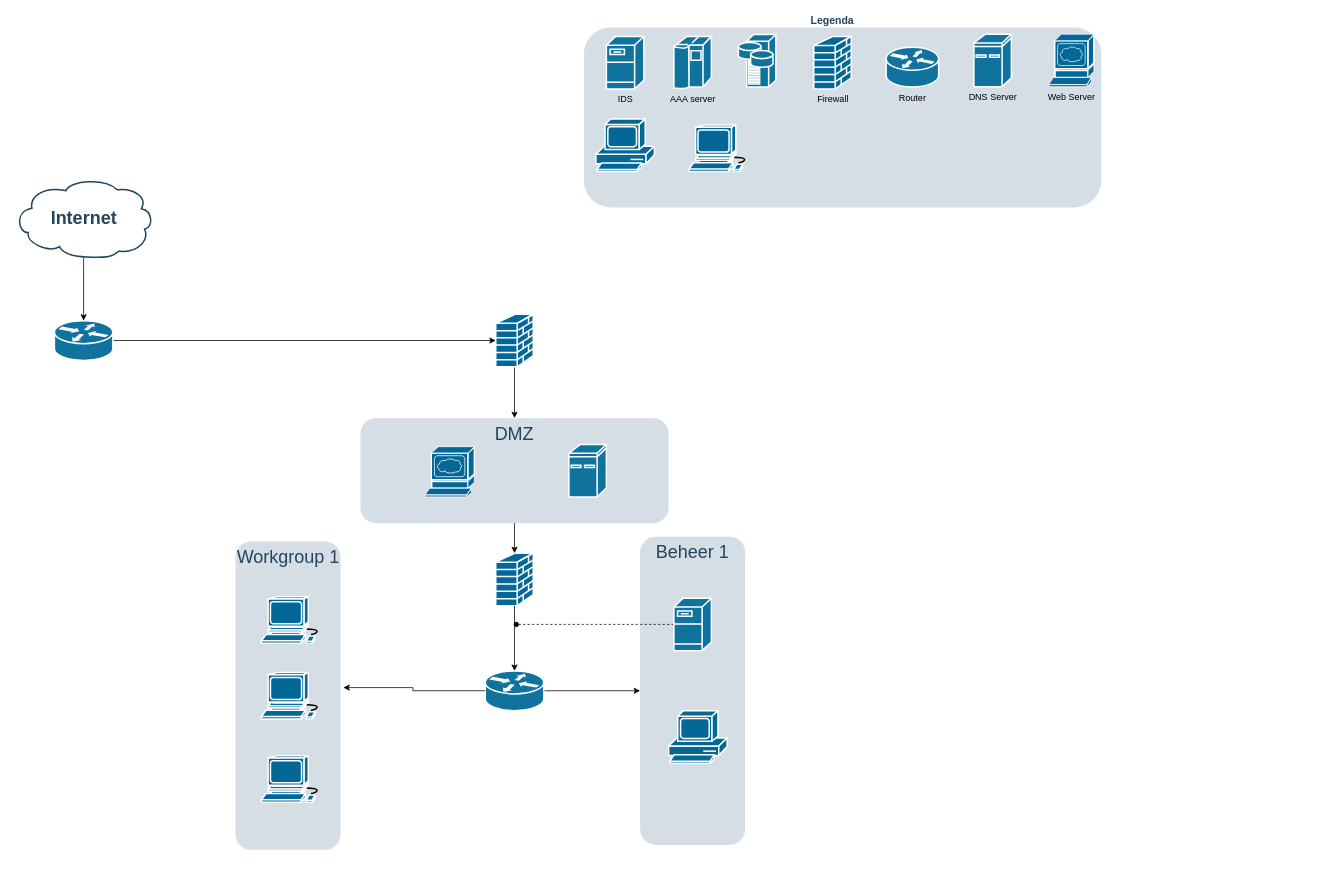
The draw.io diagram Diagram zonder titel.drawio in Dek-T1995/Draw.io-network-code-diagrams, before the edit. Source tidied: cells renumbered, new cells numbered last; positions are measured from the earlier drawing's top-left corner, leaving out a move shared by most shapes. Both pictures are drawn from the tidied source at 75%, with x=0, y=0 at pixel (14, 13).
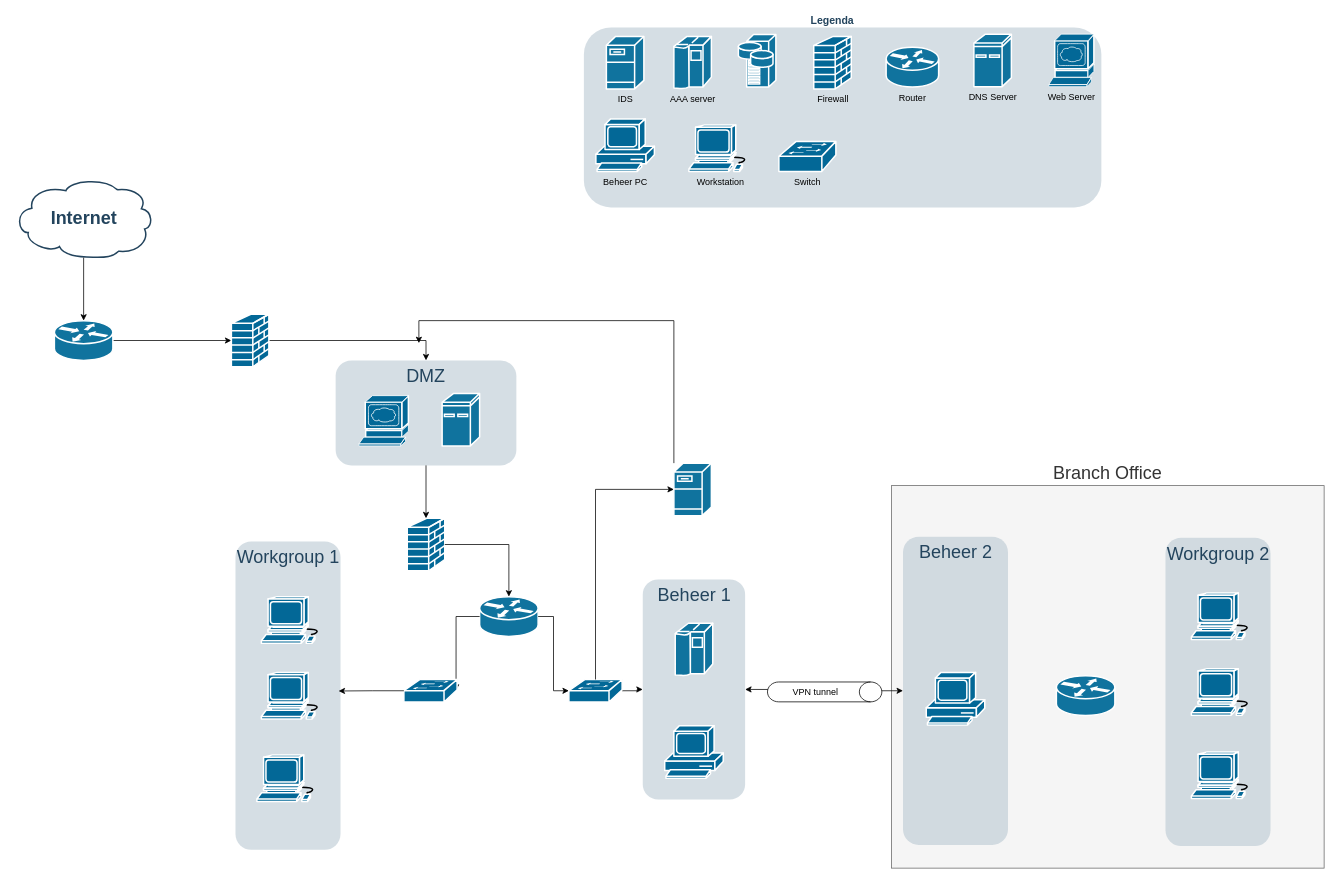
The same page after the edit.

Unchanged cells that the change refers to:
```xml
<mxCell id="3" value="&lt;font&gt;Workgroup&lt;/font&gt;&amp;nbsp;1" style="rounded=1;whiteSpace=wrap;html=1;strokeColor=none;fillColor=#BAC8D3;fontSize=24;fontColor=#23445D;align=center;opacity=60;verticalAlign=top;rotation=90;horizontal=0;" parent="1" vertex="1">
  <mxGeometry x="160" y="840" width="411" height="140" as="geometry" />
</mxCell>
```

What changed in the source:
```diff
@@
+    <mxCell id="36" value="Branch Office" style="rounded=0;whiteSpace=wrap;html=1;fillColor=#f5f5f5;fontColor=#333333;strokeColor=#666666;verticalAlign=bottom;labelPosition=center;verticalLabelPosition=top;align=center;fontSize=24;" parent="1" vertex="1">
+      <mxGeometry x="1170" y="630" width="577" height="510" as="geometry" />
+    </mxCell>
+    <mxCell id="37" style="edgeStyle=orthogonalEdgeStyle;rounded=0;jettySize=auto;html=1;entryX=0.5;entryY=1;entryDx=0;entryDy=0;startArrow=classic;startFill=1;" parent="1" edge="1" source="2" target="43">
+      <mxGeometry relative="1" as="geometry" />
+    </mxCell>
     <mxCell id="2" value="Beheer 1" style="rounded=1;whiteSpace=wrap;html=1;strokeColor=none;fillColor=#BAC8D3;fontSize=24;fontColor=#23445D;align=center;opacity=60;verticalAlign=top;rotation=90;horizontal=0;" parent="1" vertex="1">
-      <mxGeometry x="699.5" y="833.5" width="411" height="140" as="geometry" />
+      <mxGeometry x="760" y="833.5" width="293.5" height="136.5" as="geometry" />
     </mxCell>
@@
     <mxCell id="4" value="DMZ" style="rounded=1;whiteSpace=wrap;html=1;strokeColor=none;fillColor=#BAC8D3;fontSize=24;fontColor=#23445D;align=center;opacity=60;verticalAlign=top;" parent="1" vertex="1">
-      <mxGeometry x="462" y="540" width="411" height="140" as="geometry" />
+      <mxGeometry x="429" y="463" width="241" height="140" as="geometry" />
     </mxCell>
@@
-    <mxCell id="11" style="edgeStyle=orthogonalEdgeStyle;rounded=0;jettySize=auto;html=1;entryX=0.5;entryY=1;entryDx=0;entryDy=0;" parent="1" edge="1" source="12" target="2">
+    <mxCell id="11" style="edgeStyle=orthogonalEdgeStyle;rounded=0;jettySize=auto;html=1;entryX=0.5;entryY=1;entryDx=0;entryDy=0;" parent="1" edge="1" source="50" target="2">
       <mxGeometry relative="1" as="geometry" />
     </mxCell>
     <mxCell id="12" style="shape=mxgraph.cisco.routers.router;html=1;dashed=0;fillColor=#10739E;strokeColor=#ffffff;strokeWidth=2;verticalLabelPosition=bottom;verticalAlign=top;fontFamily=Helvetica;fontSize=36;fontColor=#FFB366;" parent="1" vertex="1">
-      <mxGeometry x="628.5" y="877" width="78" height="53" as="geometry" />
+      <mxGeometry x="621" y="778" width="78" height="53" as="geometry" />
     </mxCell>
@@
     <mxCell id="19" style="shape=mxgraph.cisco.security.firewall;sketch=0;html=1;dashed=0;fillColor=#036897;strokeColor=#ffffff;strokeWidth=2;verticalLabelPosition=bottom;verticalAlign=top;align=center;outlineConnect=0;" parent="1" vertex="1">
-      <mxGeometry x="642.5" y="401.5" width="50" height="70" as="geometry" />
+      <mxGeometry x="290" y="401.5" width="50" height="70" as="geometry" />
     </mxCell>
     <mxCell id="20" style="shape=mxgraph.cisco.servers.www_server;sketch=0;html=1;dashed=0;fillColor=#036897;strokeColor=#ffffff;strokeWidth=2;verticalLabelPosition=bottom;verticalAlign=top;align=center;" parent="1" vertex="1">
-      <mxGeometry x="548" y="578" width="66" height="67" as="geometry" />
+      <mxGeometry x="460" y="510" width="66" height="67" as="geometry" />
     </mxCell>
@@
     <mxCell id="22" style="shape=mxgraph.cisco.computers_and_peripherals.ibm_mini_as400;html=1;dashed=0;fillColor=#10739E;strokeColor=#ffffff;strokeWidth=2;verticalLabelPosition=bottom;verticalAlign=top;fontFamily=Helvetica;fontSize=12;fontColor=#000000;" parent="1" vertex="1">
-      <mxGeometry x="740" y="575" width="50" height="70" as="geometry" />
+      <mxGeometry x="571" y="507" width="50" height="70" as="geometry" />
     </mxCell>
     <mxCell id="23" style="shape=mxgraph.cisco.security.firewall;sketch=0;html=1;dashed=0;fillColor=#036897;strokeColor=#ffffff;strokeWidth=2;verticalLabelPosition=bottom;verticalAlign=top;align=center;outlineConnect=0;" parent="1" vertex="1">
-      <mxGeometry x="642.5" y="720" width="50" height="70" as="geometry" />
+      <mxGeometry x="524.5" y="673.5" width="50" height="70" as="geometry" />
     </mxCell>
@@
-    <mxCell id="25" style="shape=mxgraph.cisco.computers_and_peripherals.pc;sketch=0;html=1;dashed=0;fillColor=#036897;strokeColor=#ffffff;strokeWidth=2;verticalLabelPosition=bottom;verticalAlign=top;align=center;" parent="1" vertex="1">
+    <mxCell id="25" value="Beheer PC" style="shape=mxgraph.cisco.computers_and_peripherals.pc;sketch=0;html=1;dashed=0;fillColor=#036897;strokeColor=#ffffff;strokeWidth=2;verticalLabelPosition=bottom;verticalAlign=top;align=center;" parent="1" vertex="1">
       <mxGeometry x="776" y="141" width="78" height="70" as="geometry" />
     </mxCell>
-    <mxCell id="26" style="shape=mxgraph.cisco.computers_and_peripherals.workstation;sketch=0;html=1;dashed=0;fillColor=#036897;strokeColor=#ffffff;strokeWidth=2;verticalLabelPosition=bottom;verticalAlign=top;align=center;" parent="1" vertex="1">
+    <mxCell id="26" value="Workstation" style="shape=mxgraph.cisco.computers_and_peripherals.workstation;sketch=0;html=1;dashed=0;fillColor=#036897;strokeColor=#ffffff;strokeWidth=2;verticalLabelPosition=bottom;verticalAlign=top;align=center;" parent="1" vertex="1">
       <mxGeometry x="900" y="149" width="83" height="62" as="geometry" />
     </mxCell>
     <mxCell id="27" style="shape=mxgraph.cisco.computers_and_peripherals.pc;sketch=0;html=1;dashed=0;fillColor=#036897;strokeColor=#ffffff;strokeWidth=2;verticalLabelPosition=bottom;verticalAlign=top;align=center;" parent="1" vertex="1">
-      <mxGeometry x="873" y="930" width="78" height="70" as="geometry" />
+      <mxGeometry x="867.8" y="950" width="78" height="70" as="geometry" />
     </mxCell>
@@
     <mxCell id="30" style="shape=mxgraph.cisco.computers_and_peripherals.workstation;sketch=0;html=1;dashed=0;fillColor=#036897;strokeColor=#ffffff;strokeWidth=2;verticalLabelPosition=bottom;verticalAlign=top;align=center;" parent="1" vertex="1">
-      <mxGeometry x="330" y="990" width="83" height="62" as="geometry" />
+      <mxGeometry x="324" y="989" width="83" height="62" as="geometry" />
     </mxCell>
-    <mxCell id="31" style="edgeStyle=orthogonalEdgeStyle;rounded=0;jettySize=auto;html=1;dashed=1;endArrow=oval;endFill=1;" parent="1" edge="1" source="32">
-      <mxGeometry relative="1" as="geometry">
-        <mxPoint x="670" y="815" as="targetPoint" />
-      </mxGeometry>
-    </mxCell>
+    <mxCell id="38" style="edgeStyle=orthogonalEdgeStyle;rounded=0;jettySize=auto;html=1;" parent="1" edge="1" source="32">
+      <mxGeometry relative="1" as="geometry">
+        <mxPoint x="540" y="440" as="targetPoint" />
+        <Array as="points">
+          <mxPoint x="880" y="410" />
+        </Array>
+      </mxGeometry>
+    </mxCell>
     <mxCell id="32" style="shape=mxgraph.cisco.servers.fileserver;html=1;dashed=0;fillColor=#10739E;strokeColor=#ffffff;strokeWidth=2;verticalLabelPosition=bottom;verticalAlign=top;fontFamily=Helvetica;fontSize=12;fontColor=#000000;labelBorderColor=none;" parent="1" vertex="1">
-      <mxGeometry x="880" y="780" width="50" height="70" as="geometry" />
+      <mxGeometry x="880" y="600" width="50" height="70" as="geometry" />
     </mxCell>
@@
-    <mxCell id="35" style="edgeStyle=orthogonalEdgeStyle;rounded=0;jettySize=auto;html=1;entryX=0.474;entryY=-0.027;entryDx=0;entryDy=0;entryPerimeter=0;" parent="1" edge="1" source="12" target="3">
-      <mxGeometry relative="1" as="geometry" />
-    </mxCell>
+    <mxCell id="39" value="&lt;font&gt;Workgroup&lt;/font&gt;&amp;nbsp;2" style="rounded=1;whiteSpace=wrap;html=1;strokeColor=none;fillColor=#BAC8D3;fontSize=24;fontColor=#23445D;align=center;opacity=60;verticalAlign=top;rotation=90;horizontal=0;" parent="1" vertex="1">
+      <mxGeometry x="1400" y="835" width="411" height="140" as="geometry" />
+    </mxCell>
+    <mxCell id="40" style="shape=mxgraph.cisco.computers_and_peripherals.workstation;sketch=0;html=1;dashed=0;fillColor=#036897;strokeColor=#ffffff;strokeWidth=2;verticalLabelPosition=bottom;verticalAlign=top;align=center;" parent="1" vertex="1">
+      <mxGeometry x="1570" y="773" width="83" height="62" as="geometry" />
+    </mxCell>
+    <mxCell id="41" style="shape=mxgraph.cisco.computers_and_peripherals.workstation;sketch=0;html=1;dashed=0;fillColor=#036897;strokeColor=#ffffff;strokeWidth=2;verticalLabelPosition=bottom;verticalAlign=top;align=center;" parent="1" vertex="1">
+      <mxGeometry x="1570" y="874" width="83" height="62" as="geometry" />
+    </mxCell>
+    <mxCell id="42" style="shape=mxgraph.cisco.computers_and_peripherals.workstation;sketch=0;html=1;dashed=0;fillColor=#036897;strokeColor=#ffffff;strokeWidth=2;verticalLabelPosition=bottom;verticalAlign=top;align=center;" parent="1" vertex="1">
+      <mxGeometry x="1570" y="985" width="83" height="62" as="geometry" />
+    </mxCell>
+    <mxCell id="43" value="Beheer 2" style="rounded=1;whiteSpace=wrap;html=1;strokeColor=none;fillColor=#BAC8D3;fontSize=24;fontColor=#23445D;align=center;opacity=60;verticalAlign=top;rotation=90;horizontal=0;" parent="1" vertex="1">
+      <mxGeometry x="1050" y="833.5" width="411" height="140" as="geometry" />
+    </mxCell>
+    <mxCell id="44" style="shape=mxgraph.cisco.computers_and_peripherals.pc;sketch=0;html=1;dashed=0;fillColor=#036897;strokeColor=#ffffff;strokeWidth=2;verticalLabelPosition=bottom;verticalAlign=top;align=center;" parent="1" vertex="1">
+      <mxGeometry x="1216.5" y="879" width="78" height="70" as="geometry" />
+    </mxCell>
+    <mxCell id="45" value="VPN tunnel" style="shape=cylinder3;whiteSpace=wrap;html=1;boundedLbl=1;backgroundOutline=1;size=15;rotation=90;horizontal=0;" parent="1" vertex="1">
+      <mxGeometry x="1067.8" y="828.8" width="26.5" height="152.5" as="geometry" />
+    </mxCell>
+    <mxCell id="46" style="shape=mxgraph.cisco.routers.router;html=1;dashed=0;fillColor=#10739E;strokeColor=#ffffff;strokeWidth=2;verticalLabelPosition=bottom;verticalAlign=top;fontFamily=Helvetica;fontSize=36;fontColor=#FFB366;" parent="1" vertex="1">
+      <mxGeometry x="1390" y="883.5" width="78" height="53" as="geometry" />
+    </mxCell>
+    <mxCell id="47" style="edgeStyle=orthogonalEdgeStyle;rounded=0;jettySize=auto;html=1;entryX=0.98;entryY=0.5;entryDx=0;entryDy=0;entryPerimeter=0;" parent="1" edge="1" source="12" target="48">
+      <mxGeometry relative="1" as="geometry" />
+    </mxCell>
+    <mxCell id="48" style="shape=mxgraph.cisco.switches.workgroup_switch;sketch=0;html=1;dashed=0;fillColor=#036897;strokeColor=#ffffff;strokeWidth=2;verticalLabelPosition=bottom;verticalAlign=top;align=center;outlineConnect=0;" parent="1" vertex="1">
+      <mxGeometry x="520" y="888.5" width="71" height="30" as="geometry" />
+    </mxCell>
+    <mxCell id="49" style="edgeStyle=orthogonalEdgeStyle;rounded=0;jettySize=auto;html=1;entryX=0;entryY=0.5;entryDx=0;entryDy=0;entryPerimeter=0;" parent="1" edge="1" source="12" target="50">
+      <mxGeometry relative="1" as="geometry" />
+    </mxCell>
+    <mxCell id="50" style="shape=mxgraph.cisco.switches.workgroup_switch;sketch=0;html=1;dashed=0;fillColor=#036897;strokeColor=#ffffff;strokeWidth=2;verticalLabelPosition=bottom;verticalAlign=top;align=center;outlineConnect=0;" parent="1" vertex="1">
+      <mxGeometry x="740" y="888.5" width="71" height="30" as="geometry" />
+    </mxCell>
+    <mxCell id="51" value="Switch" style="shape=mxgraph.cisco.switches.workgroup_switch;sketch=0;html=1;dashed=0;fillColor=#036897;strokeColor=#ffffff;strokeWidth=2;verticalLabelPosition=bottom;verticalAlign=top;align=center;" parent="1" vertex="1">
+      <mxGeometry x="1020" y="171" width="76" height="40" as="geometry" />
+    </mxCell>
+    <mxCell id="52" style="edgeStyle=orthogonalEdgeStyle;rounded=0;jettySize=auto;html=1;entryX=0.485;entryY=0.018;entryDx=0;entryDy=0;entryPerimeter=0;" parent="1" edge="1" source="48" target="3">
+      <mxGeometry relative="1" as="geometry" />
+    </mxCell>
+    <mxCell id="53" value="&lt;div&gt;&lt;br&gt;&lt;/div&gt;" style="shape=mxgraph.cisco.computers_and_peripherals.ibm_mainframe;html=1;dashed=0;fillColor=#10739E;strokeColor=#ffffff;strokeWidth=2;verticalLabelPosition=bottom;verticalAlign=top;fontFamily=Helvetica;fontSize=12;fontColor=#000000;" parent="1" vertex="1">
+      <mxGeometry x="881.8" y="813.5" width="50" height="70" as="geometry" />
+    </mxCell>
+    <mxCell id="54" style="edgeStyle=orthogonalEdgeStyle;rounded=0;jettySize=auto;html=1;entryX=0;entryY=0.5;entryDx=0;entryDy=0;entryPerimeter=0;" parent="1" edge="1" source="50" target="32">
+      <mxGeometry relative="1" as="geometry">
+        <Array as="points">
+          <mxPoint x="776" y="635" />
+        </Array>
+      </mxGeometry>
+    </mxCell>
```
